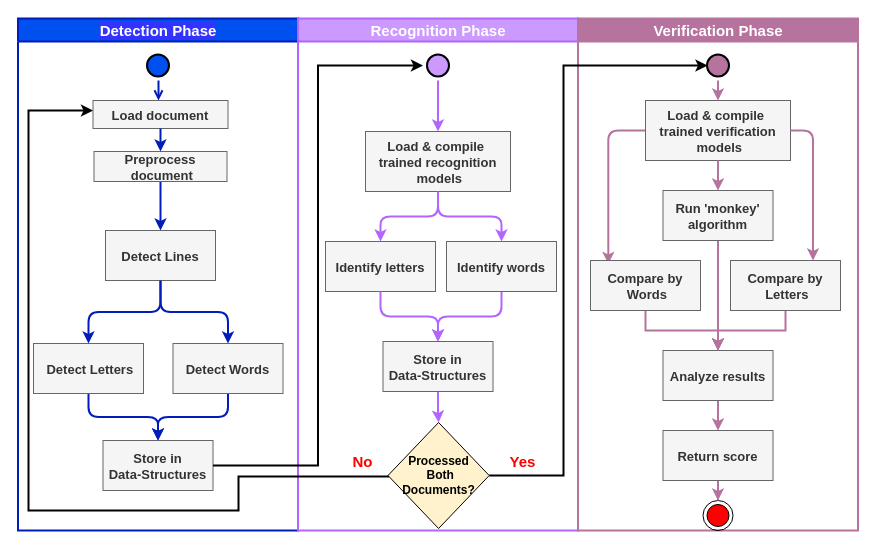
Above: doc/Solution phases.drawio in DanielGabay/Author-verification-by-handwriting-samples (draw.io), before the change. Source tidied: cells renumbered, new cells numbered last; positions are measured from the earlier drawing's top-left corner, leaving out a move shared by most shapes. Both pictures are drawn from the tidied source at 100%, with x=0, y=0 at pixel (17, 18).
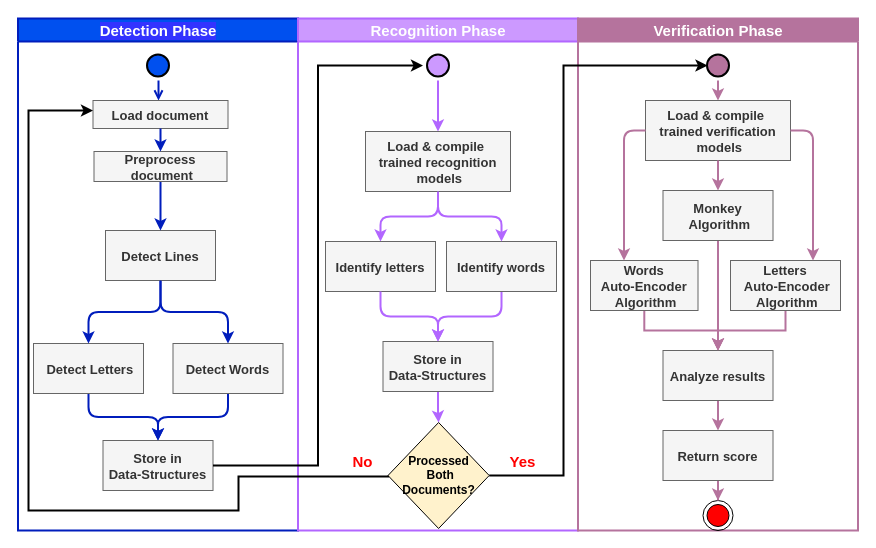
The same page after the edit.

Commit message (it also covers changes not shown here):
presentation + train words model

The change refers to these unchanged cells:
```xml
<mxCell id="18" value="Verification Phase" style="swimlane;whiteSpace=wrap;fillColor=#B5739D;fontSize=15;fontColor=#FFFFFF;strokeWidth=2;strokeColor=#B5739D;" parent="1" vertex="1">
  <mxGeometry x="560.5" width="280" height="512" as="geometry" />
</mxCell>
<mxCell id="23" value="Load &amp; compile &#10;trained verification&#10; models" style="fillColor=#f5f5f5;strokeColor=#666666;fontColor=#333333;fontSize=13;fontStyle=1;" parent="18" vertex="1">
  <mxGeometry x="67.5" y="82" width="145" height="60" as="geometry" />
</mxCell>
```

What changed in the source:
```diff
@@
-    <mxCell id="22" style="edgeStyle=orthogonalEdgeStyle;rounded=1;jettySize=auto;html=1;entryX=0.162;entryY=0.068;entryDx=0;entryDy=0;strokeColor=#B5739D;strokeWidth=2;fontSize=12;fontColor=#000000;exitX=0;exitY=0.5;exitDx=0;exitDy=0;entryPerimeter=0;fontStyle=1;fillColor=#CC99FF;startSize=23;" parent="18" edge="1" source="23" target="25">
-      <mxGeometry relative="1" as="geometry">
-        <Array as="points">
-          <mxPoint x="31" y="112" />
-        </Array>
-      </mxGeometry>
-    </mxCell>
@@
-    <mxCell id="25" value="Compare by&#10; Words" style="fillColor=#f5f5f5;strokeColor=#666666;fontColor=#333333;fontSize=13;fontStyle=1;" parent="18" vertex="1">
-      <mxGeometry x="12.5" y="242" width="110" height="50" as="geometry" />
+    <mxCell id="25" value="Words&#10;Auto-Encoder&#10; Algorithm" style="fillColor=#f5f5f5;strokeColor=#666666;fontColor=#333333;fontSize=13;fontStyle=1;" parent="18" vertex="1">
+      <mxGeometry x="12.5" y="242" width="107.5" height="50" as="geometry" />
     </mxCell>
@@
+    <mxCell id="22" style="edgeStyle=orthogonalEdgeStyle;rounded=1;jettySize=auto;html=1;strokeColor=#B5739D;strokeWidth=2;fontSize=12;fontColor=#000000;exitX=0;exitY=0.5;exitDx=0;exitDy=0;fontStyle=1;fillColor=#CC99FF;startSize=23;" parent="18" edge="1" source="23" target="25">
+      <mxGeometry relative="1" as="geometry">
+        <Array as="points">
+          <mxPoint x="46" y="112" />
+        </Array>
+      </mxGeometry>
+    </mxCell>
@@
-    <mxCell id="41" value="Run 'monkey'&#10;algorithm" style="fillColor=#f5f5f5;strokeColor=#666666;fontColor=#333333;fontSize=13;fontStyle=1;" parent="1" vertex="1">
+    <mxCell id="41" value="Monkey&#10; Algorithm" style="fillColor=#f5f5f5;strokeColor=#666666;fontColor=#333333;fontSize=13;fontStyle=1;" parent="1" vertex="1">
       <mxGeometry x="645.5" y="172" width="110" height="50" as="geometry" />
     </mxCell>
@@
-    <mxCell id="44" value="Compare by&#10; Letters" style="fillColor=#f5f5f5;strokeColor=#666666;fontColor=#333333;fontSize=13;fontStyle=1;" parent="1" vertex="1">
+    <mxCell id="44" value="Letters&#10; Auto-Encoder&#10; Algorithm" style="fillColor=#f5f5f5;strokeColor=#666666;fontColor=#333333;fontSize=13;fontStyle=1;" parent="1" vertex="1">
       <mxGeometry x="713" y="242" width="110" height="50" as="geometry" />
     </mxCell>
```
